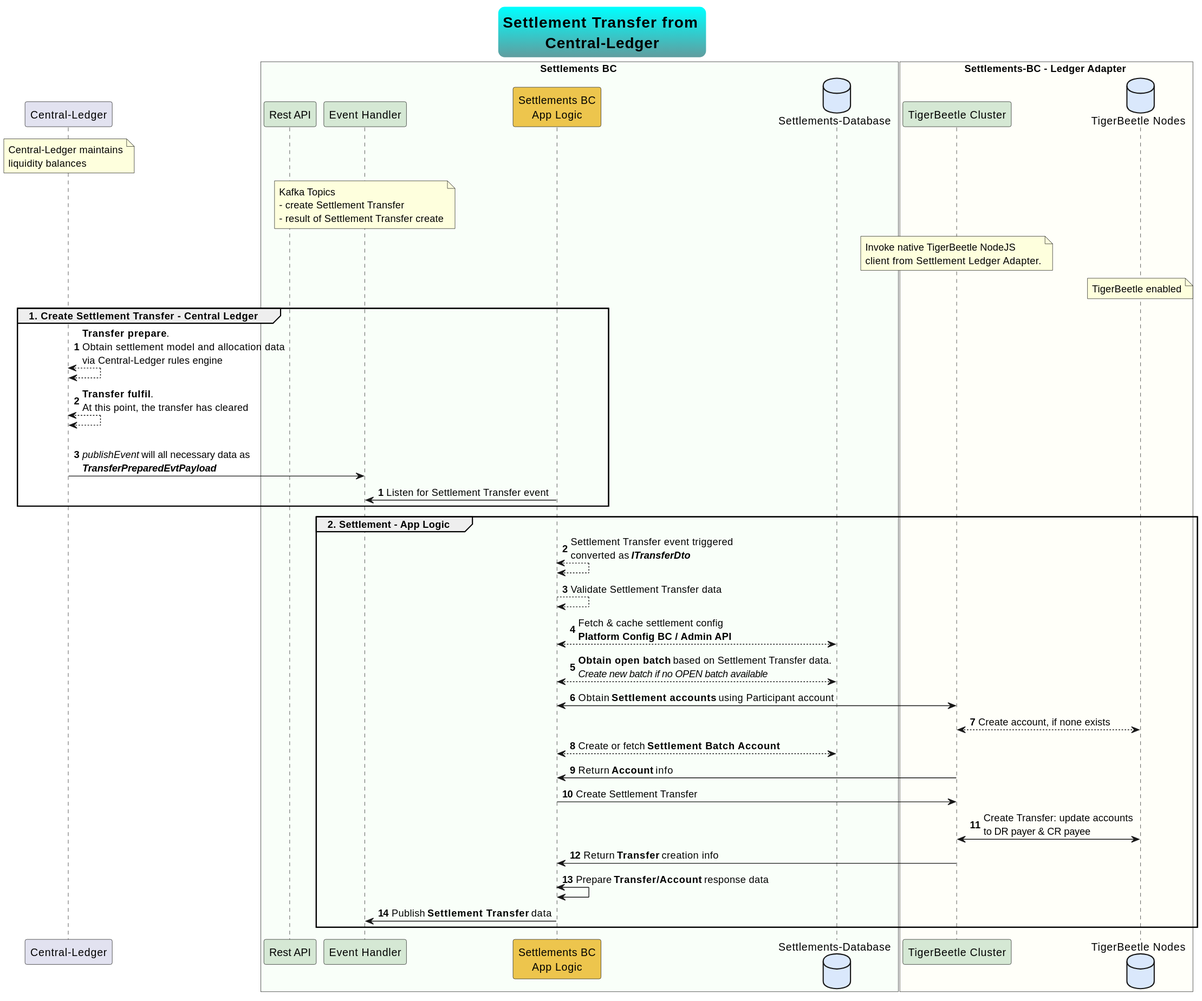
Above: docs/flows/01-settlement-transfer-cl.svg in mojaloop/settlements-bc (PlantUML), before the change.
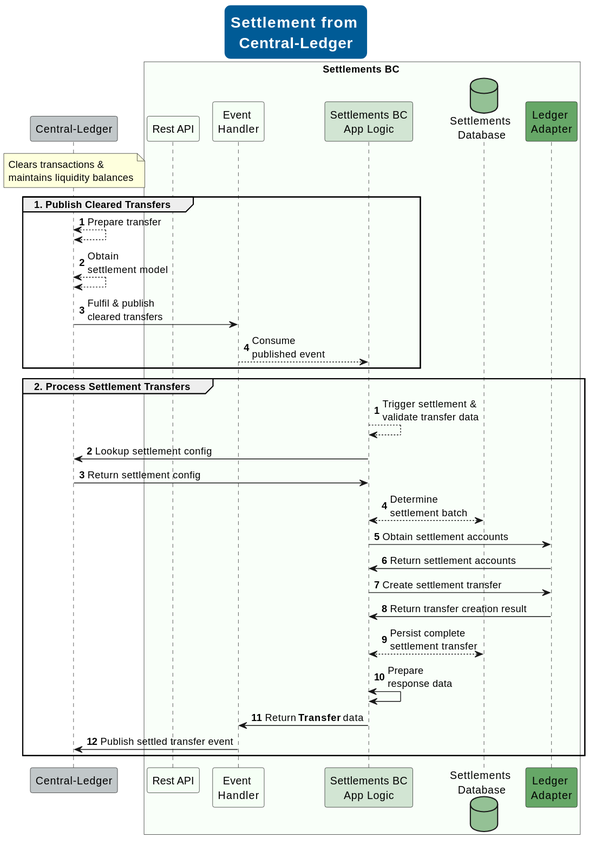
The same diagram one commit later.

The edit, as a diff of the source:
```diff
@@ -1,63 +1,47 @@
 @startuml
 skinparam TitleFontSize 20
-skinparam titleBorderRoundCorner 15
-skinparam titleBorderThickness 2
-skinparam titleBorderColor Aqua-CadetBlue
-skinparam titleBackgroundColor Aqua-CadetBlue
-title Settlement Transfer from \nCentral-Ledger
+skinparam TitleFontColor #FFFFFF
+skinparam titleBorderRoundCorner 10
+skinparam titleBorderThickness 6
+skinparam titleBorderColor #005B96
+skinparam titleBackgroundColor #005B96
+title Settlement from \nCentral-Ledger
 
-participant "Central-Ledger" as ext_cl
+participant "Central-Ledger" as ext_cl #C1C7C9
 note over ext_cl
-    Central-Ledger maintains
-    liquidity balances
+    Clears transactions &
+    maintains liquidity balances
 end note
 
 box Settlements BC #F9FFF9
-    participant "Rest API" as sbc_rest #D5E8D4
-    participant "Event Handler" as sbc_event #D5E8D4
-    note over sbc_event
-        Kafka Topics
-        - create Settlement Transfer
-        - result of Settlement Transfer create
-    end note
-    participant "Settlements BC\nApp Logic" as sbc_app_logic #EDC54D
-    database "Settlements-Database" as sbc_db #DAE8FC
+    participant "Rest API" as sbc_rest #F5FFF5
+    participant "Event \nHandler" as sbc_event #F5FFF5
+    participant "Settlements BC\nApp Logic" as sbc_app_logic #D2E5D3
+    database "Settlements \nDatabase" as sbc_db #94C195
+    participant "Ledger \nAdapter" as sbc_adptr #66A767
 end box
 
-box Settlements-BC - Ledger Adapter #FFFFF9
-    participant "TigerBeetle Cluster" as abbc_grpc #D5E8D4
-    database "TigerBeetle Nodes" as abbc_tigerbeetle #DAE8FC
-    note over abbc_grpc
-        Invoke native TigerBeetle NodeJS
-        client from Settlement Ledger Adapter.
-    end note
-    note over abbc_tigerbeetle
-        TigerBeetle enabled
-    end note
-end box
-
-group 1. Create Settlement Transfer - Central Ledger
+group 1. Publish Cleared Transfers
 autonumber
-    ext_cl <--> ext_cl : **Transfer prepare**. \nObtain settlement model and allocation data\nvia Central-Ledger rules engine
-    ext_cl <--> ext_cl : **Transfer fulfil**. \nAt this point, the transfer has cleared
-    ext_cl -> sbc_event : \n//publishEvent// will all necessary data as\n**//TransferPreparedEvtPayload//**
+    ext_cl <--> ext_cl : Prepare transfer
+    ext_cl <--> ext_cl : Obtain \nsettlement model
+    ext_cl -> sbc_event : Fulfil & publish \ncleared transfers
+    sbc_event --> sbc_app_logic : Consume \npublished event
 autonumber
-    sbc_app_logic -> sbc_event : Listen for Settlement Transfer event
 end
 
-group 2. Settlement - App Logic
-    sbc_app_logic <--> sbc_app_logic: Settlement Transfer event triggered\nconverted as **//ITransferDto//**
-    sbc_app_logic --> sbc_app_logic : Validate Settlement Transfer data
-    sbc_app_logic <--> sbc_db : Fetch & cache settlement config\n**Platform Config BC / Admin API**
-    sbc_app_logic <--> sbc_db : **Obtain open batch** based on Settlement Transfer data.\n//Create new batch if no OPEN batch available//
-    sbc_app_logic <-> abbc_grpc : Obtain **Settlement accounts** using Participant account
-    abbc_grpc <--> abbc_tigerbeetle : Create account, if none exists
-    sbc_app_logic <--> sbc_db : Create or fetch **Settlement Batch Account**
-    abbc_grpc -> sbc_app_logic : Return **Account** info
-    sbc_app_logic -> abbc_grpc: Create Settlement Transfer
-    abbc_grpc <-> abbc_tigerbeetle: Create Transfer: update accounts \nto DR payer & CR payee
-    abbc_grpc -> sbc_app_logic : Return **Transfer** creation info
-    sbc_app_logic <-> sbc_app_logic: Prepare **Transfer/Account** response data
-    sbc_app_logic -> sbc_event : Publish **Settlement Transfer** data
+group 2. Process Settlement Transfers
+    sbc_app_logic --> sbc_app_logic: Trigger settlement &\nvalidate transfer data
+    sbc_app_logic -> ext_cl : Lookup settlement config
+    sbc_app_logic <- ext_cl : Return settlement config
+    sbc_app_logic <--> sbc_db : Determine \nsettlement batch
+    sbc_app_logic -> sbc_adptr : Obtain settlement accounts
+    sbc_app_logic <- sbc_adptr : Return settlement accounts
+    sbc_app_logic -> sbc_adptr: Create settlement transfer
+    sbc_app_logic <- sbc_adptr : Return transfer creation result
+    sbc_app_logic <--> sbc_db : Persist complete \nsettlement transfer
+    sbc_app_logic <-> sbc_app_logic: Prepare \nresponse data
+    sbc_app_logic -> sbc_event : Return **Transfer** data
+    ext_cl <- sbc_event  : Publish settled transfer event
 end
 @enduml
```
